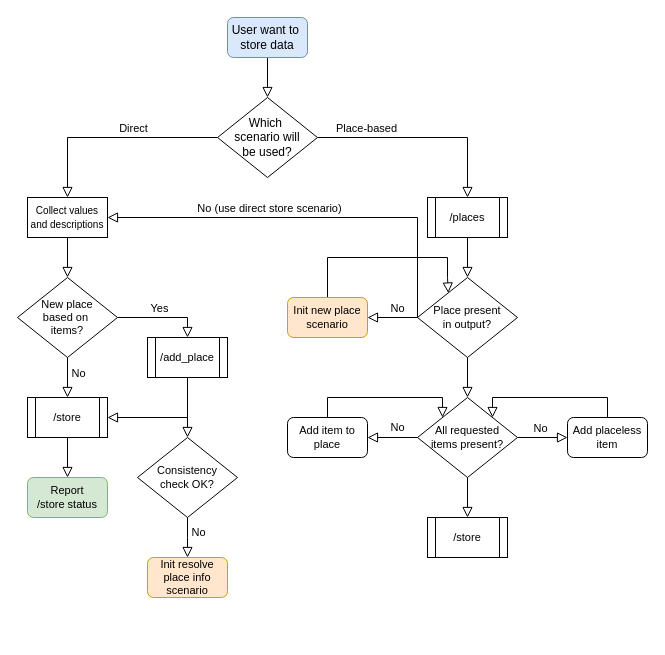
The draw.io diagram logic.drawio in Diromind/Calorimeter, before the edit. Source tidied: cells renumbered, new cells numbered last; positions are measured from the earlier drawing's top-left corner, leaving out a move shared by most shapes. Both pictures are drawn from the tidied source at 100%, with x=0, y=0 at pixel (17, 17).
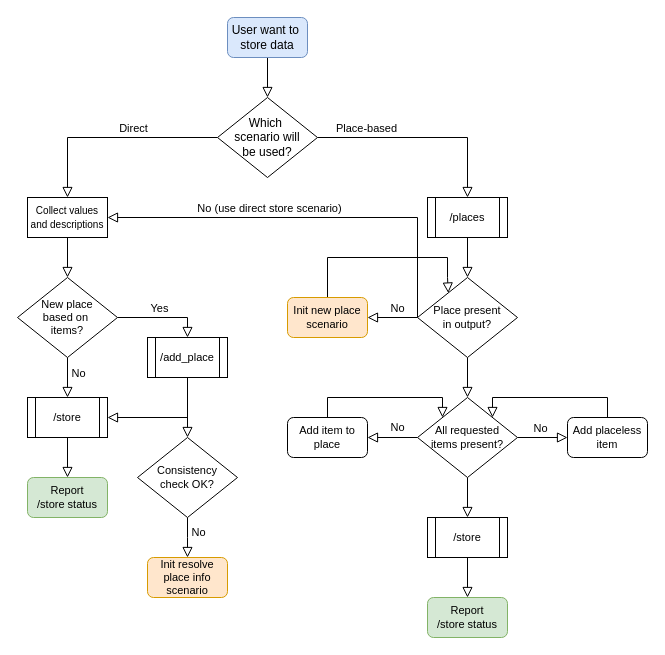
The same page after the edit.

Unchanged cells that the change refers to:
```xml
<mxCell id="45" value="/store" style="shape=process;whiteSpace=wrap;html=1;backgroundOutline=1;fontFamily=Helvetica;fontSize=11;fontColor=default;labelBackgroundColor=none;" parent="1" vertex="1">
  <mxGeometry x="410" y="500" width="80" height="40" as="geometry" />
</mxCell>
```

Diff of the diagram source:
```diff
@@
+    <mxCell id="46" style="edgeStyle=orthogonalEdgeStyle;shape=connector;rounded=0;jettySize=auto;html=1;shadow=0;strokeColor=default;strokeWidth=1;align=center;verticalAlign=middle;fontFamily=Helvetica;fontSize=11;fontColor=default;labelBackgroundColor=none;endArrow=block;endFill=0;endSize=8;" parent="1" edge="1" source="45" target="47">
+      <mxGeometry relative="1" as="geometry" />
+    </mxCell>
@@
+    <mxCell id="47" value="Report&lt;div&gt;/store status&lt;/div&gt;" style="rounded=1;whiteSpace=wrap;html=1;fontFamily=Helvetica;fontSize=11;labelBackgroundColor=none;fillColor=#d5e8d4;strokeColor=#82b366;" parent="1" vertex="1">
+      <mxGeometry x="410" y="580" width="80" height="40" as="geometry" />
+    </mxCell>
```
